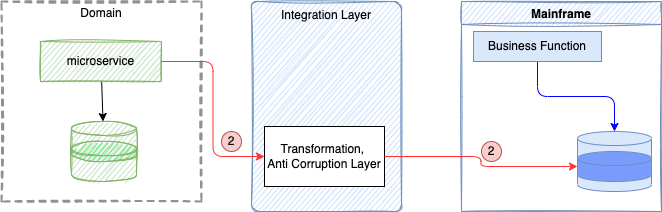
The draw.io diagram docs-mk/patterns/images/micro-legacy-2.png in ibm-cloud-architecture/refarch-eda, before a commit. Source tidied: cells renumbered, new cells last; positions are measured from the earlier drawing's top-left corner, leaving out a move shared by most shapes.
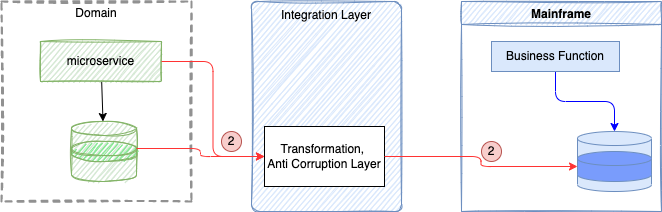
After the change.

Diff of the diagram source:
```diff
@@ -3,7 +3,7 @@
     <mxCell id="0" />
     <mxCell id="1" parent="0" />
     <mxCell id="2" value="Domain" style="fontStyle=0;verticalAlign=top;align=center;spacingTop=-2;fillColor=none;rounded=0;whiteSpace=wrap;html=1;strokeColor=#919191;strokeWidth=2;dashed=1;sketch=1;" parent="1" vertex="1">
-      <mxGeometry width="200" height="200" as="geometry" />
+      <mxGeometry width="190" height="200" as="geometry" />
     </mxCell>
     <mxCell id="3" style="edgeStyle=none;html=1;" parent="2" edge="1" source="4" target="5">
       <mxGeometry relative="1" as="geometry" />
@@ -27,7 +27,7 @@
       <mxGeometry relative="1" as="geometry" />
     </mxCell>
     <mxCell id="10" value="Business Function" style="whiteSpace=wrap;html=1;sketch=0;fillColor=#dae8fc;strokeColor=#6c8ebf;" parent="7" vertex="1">
-      <mxGeometry x="12" y="30" width="128" height="30" as="geometry" />
+      <mxGeometry x="30" y="40" width="128" height="30" as="geometry" />
     </mxCell>
     <mxCell id="11" value="Transformation, &lt;br&gt;Anti Corruption Layer" style="whiteSpace=wrap;html=1;sketch=0;" parent="1" vertex="1">
       <mxGeometry x="263" y="125" width="120" height="60" as="geometry" />
@@ -52,5 +52,8 @@
     <mxCell id="19" value="2" style="ellipse;whiteSpace=wrap;html=1;sketch=0;fillColor=#f8cecc;strokeColor=#b85450;" parent="15" vertex="1">
       <mxGeometry x="480" y="140" width="20" height="20" as="geometry" />
     </mxCell>
+    <mxCell id="20" style="edgeStyle=orthogonalEdgeStyle;sketch=0;html=1;entryX=0;entryY=0.5;entryDx=0;entryDy=0;startArrow=none;startFill=0;endArrow=classic;endFill=1;strokeColor=#FF3333;exitX=1;exitY=0;exitDx=0;exitDy=7.0025787353515625;exitPerimeter=0;" parent="15" edge="1" source="13" target="11">
+      <mxGeometry relative="1" as="geometry" />
+    </mxCell>
   </root>
 </mxGraphModel>
```
